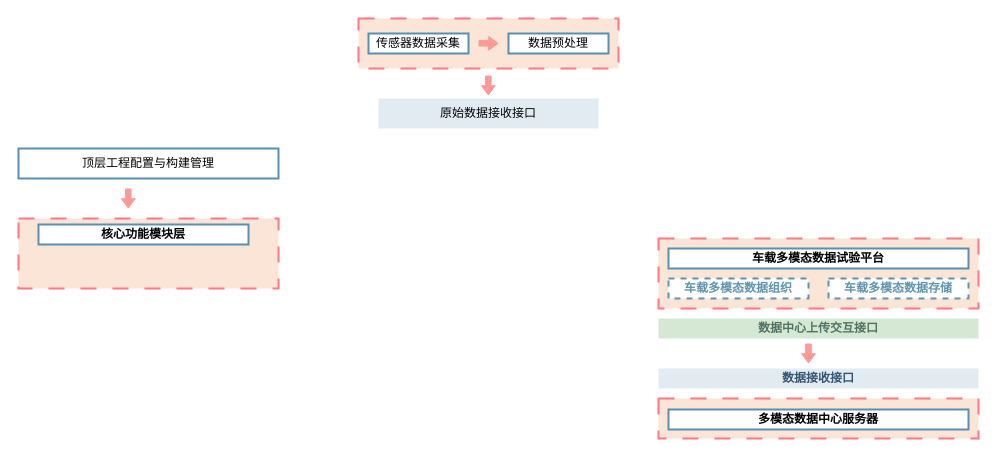
Earlier version of the draw.io diagram 未命名绘图.drawio (mmyy5533/draw.io). Source tidied: cells renumbered, new cells numbered last; positions are measured from the earlier drawing's top-left corner, leaving out a move shared by most shapes. Both pictures are drawn from the tidied source at 100%, with x=0, y=0 at pixel (18, 18).
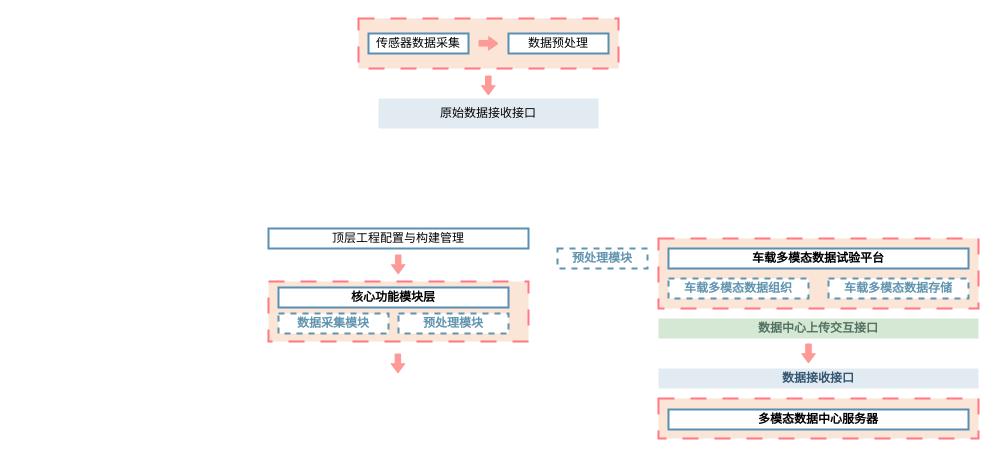
The same page after the edit.

Commit message:
车项目第一季度图.drawio

The edit, as a diff of the source:
```diff
@@
     <mxCell id="4" value="顶层工程配置与构建管理" style="rounded=0;whiteSpace=wrap;html=1;strokeColor=#588FB2;strokeWidth=2;" parent="1" vertex="1">
-      <mxGeometry y="130" width="260" height="30" as="geometry" />
+      <mxGeometry x="250" y="210" width="260" height="20" as="geometry" />
     </mxCell>
@@
     <mxCell id="18" style="shape=flexArrow;endArrow=classic;html=1;rounded=0;width=5.517241379310345;endSize=2.7586206896551726;endWidth=7.2294887039239;fillColor=#FD9997;strokeColor=#FD9997;" parent="1" edge="1">
       <mxGeometry relative="1" as="geometry">
-        <mxPoint x="109.8" y="170" as="sourcePoint" />
-        <mxPoint x="109.8" y="190" as="targetPoint" />
+        <mxPoint x="379.7" y="236" as="sourcePoint" />
+        <mxPoint x="379.7" y="256" as="targetPoint" />
       </mxGeometry>
     </mxCell>
     <mxCell id="19" style="rounded=0;whiteSpace=wrap;html=1;dashed=1;dashPattern=8 8;strokeColor=#FF7884;fillColor=#FBE5D7;strokeWidth=2;" parent="1" vertex="1">
-      <mxGeometry y="200" width="260" height="70" as="geometry" />
+      <mxGeometry x="250" y="263" width="260" height="60" as="geometry" />
     </mxCell>
     <mxCell id="20" value="&lt;b&gt;核心功能模块层&lt;/b&gt;" style="rounded=0;whiteSpace=wrap;html=1;strokeColor=#588FB2;strokeWidth=2;" parent="1" vertex="1">
-      <mxGeometry x="20" y="206" width="210" height="20" as="geometry" />
+      <mxGeometry x="260" y="269" width="230" height="20" as="geometry" />
     </mxCell>
+    <mxCell id="21" value="&lt;font color=&quot;#6195af&quot;&gt;&lt;b&gt;数据采集模块&lt;/b&gt;&lt;/font&gt;" style="rounded=0;whiteSpace=wrap;html=1;strokeColor=#6195AF;strokeWidth=2;dashed=1;" parent="1" vertex="1">
+      <mxGeometry x="260" y="295" width="110" height="20" as="geometry" />
+    </mxCell>
+    <mxCell id="22" value="&lt;font color=&quot;#6195af&quot;&gt;&lt;b&gt;预处理模块&lt;/b&gt;&lt;/font&gt;" style="rounded=0;whiteSpace=wrap;html=1;strokeColor=#6195AF;strokeWidth=2;dashed=1;" parent="1" vertex="1">
+      <mxGeometry x="380" y="295" width="110" height="20" as="geometry" />
+    </mxCell>
+    <mxCell id="23" value="&lt;font color=&quot;#6195af&quot;&gt;&lt;b&gt;预处理模块&lt;/b&gt;&lt;/font&gt;" style="rounded=0;whiteSpace=wrap;html=1;strokeColor=#6195AF;strokeWidth=2;dashed=1;" parent="1" vertex="1">
+      <mxGeometry x="539" y="230" width="90" height="20" as="geometry" />
+    </mxCell>
+    <mxCell id="24" style="shape=flexArrow;endArrow=classic;html=1;rounded=0;width=5.517241379310345;endSize=2.7586206896551726;endWidth=7.2294887039239;fillColor=#FD9997;strokeColor=#FD9997;" parent="1" edge="1">
+      <mxGeometry relative="1" as="geometry">
+        <mxPoint x="379.4" y="335" as="sourcePoint" />
+        <mxPoint x="379.4" y="355" as="targetPoint" />
+      </mxGeometry>
+    </mxCell>
```
